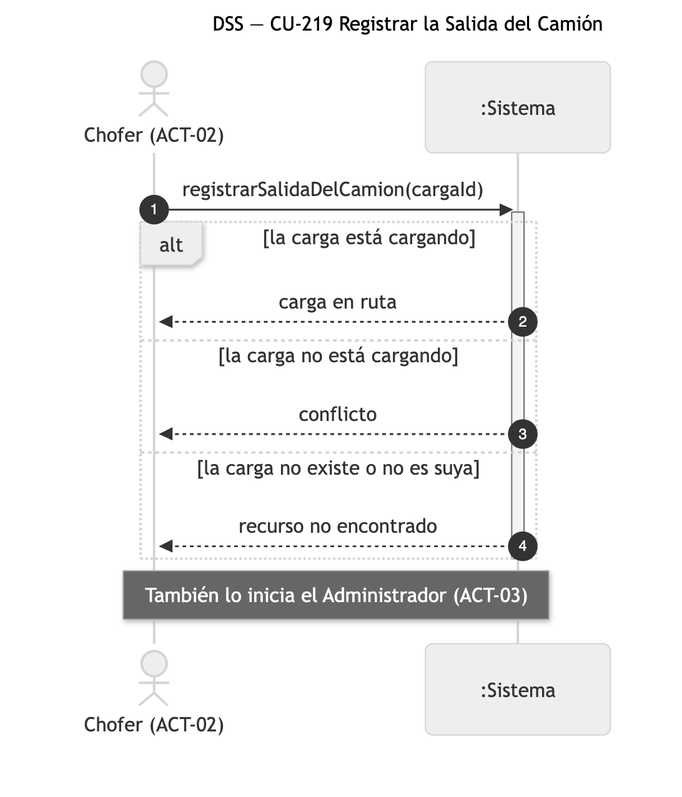
This is diagramas/png/DSS_CU-219_Registrar-la-Salida-del-Camion.png from Nahuelito-Dev/splg-docs, a Mermaid export, as it was before one commit. Its source is kept beside it as diagramas/DSS_CU-219_Registrar-la-Salida-del-Camion.mmd. Source of this version:
```mermaid
sequenceDiagram
    title DSS — CU-219 Registrar la Salida del Camión
    autonumber
    actor CHO as Chofer (ACT-02)
    participant SIS as :Sistema

    CHO->>SIS: registrarSalidaDelCamion(cargaId)
    activate SIS
    alt la carga está cargando
        SIS-->>CHO: carga en ruta
    else la carga no está cargando
        SIS-->>CHO: conflicto
    else la carga no existe o no es suya
        SIS-->>CHO: recurso no encontrado
    end
    deactivate SIS
    Note over CHO,SIS: También lo inicia el Administrador (ACT-03)
```
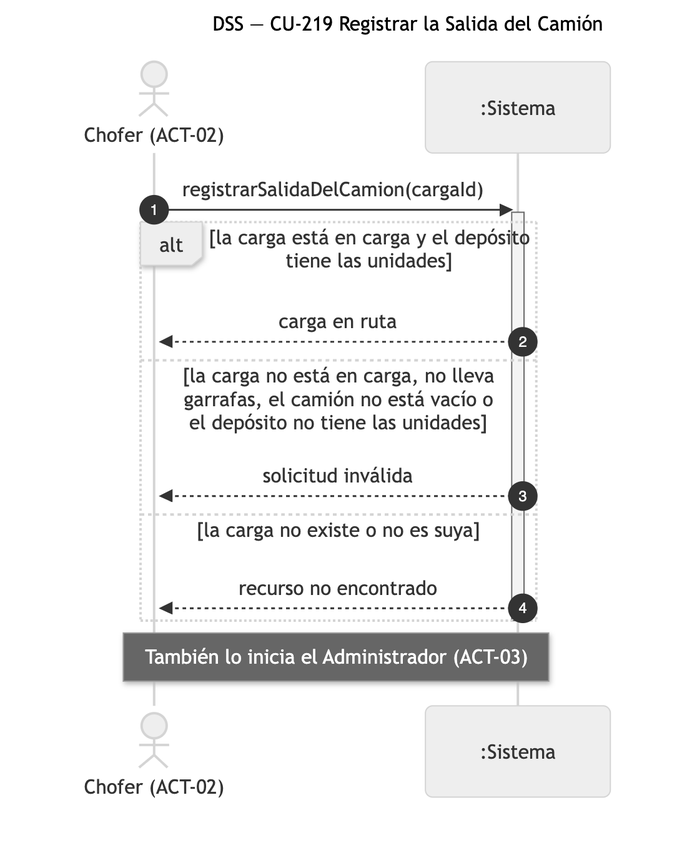
The same diagram one commit later.

Change to the diagram source:
```diff
@@ -6,12 +6,13 @@
 
     CHO->>SIS: registrarSalidaDelCamion(cargaId)
     activate SIS
-    alt la carga está cargando
+    alt la carga está en carga y el depósito tiene las unidades
         SIS-->>CHO: carga en ruta
-    else la carga no está cargando
-        SIS-->>CHO: conflicto
+    else la carga no está en carga, no lleva garrafas, el camión no está vacío o el depósito no tiene las unidades
+        SIS-->>CHO: solicitud inválida
     else la carga no existe o no es suya
         SIS-->>CHO: recurso no encontrado
     end
     deactivate SIS
+
     Note over CHO,SIS: También lo inicia el Administrador (ACT-03)
```
